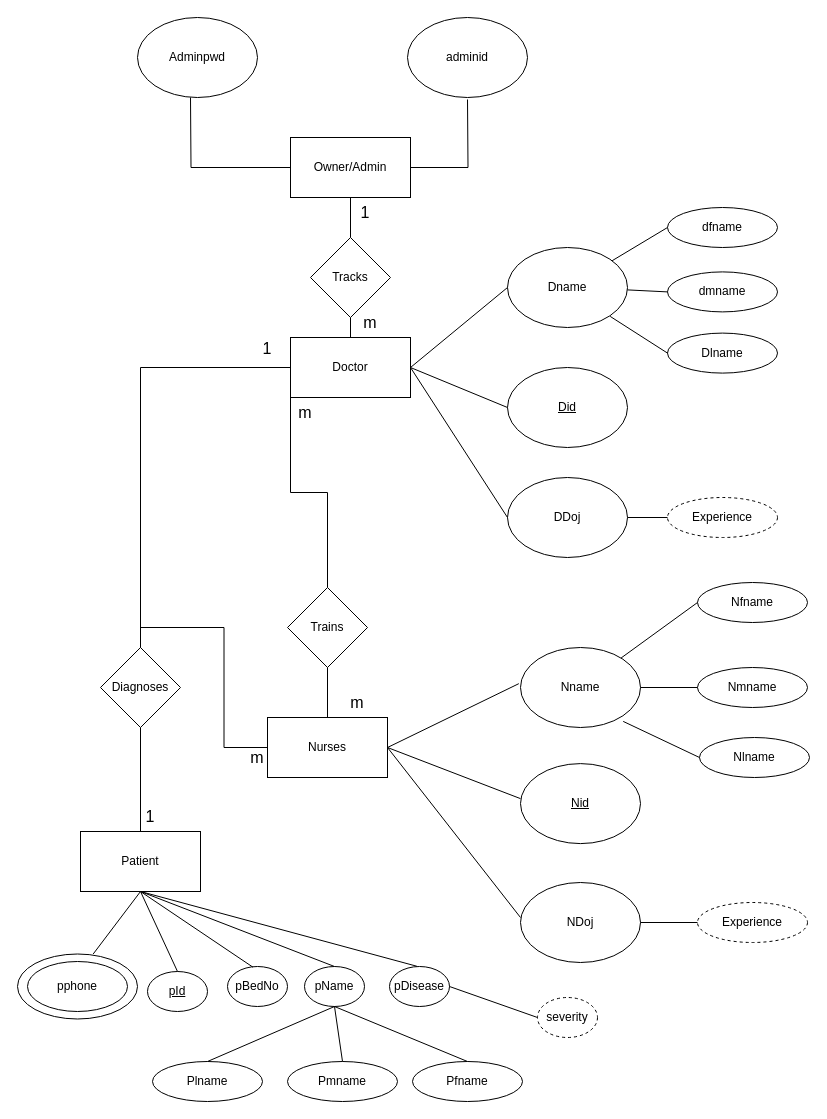
AdityaLawate/CP-C-31 keeps this draw.io diagram as EER-01.drawio. Above is the earlier version. Source tidied: cells renumbered, new cells numbered last; positions are measured from the earlier drawing's top-left corner, leaving out a move shared by most shapes. Both pictures are drawn from the tidied source at 100%, with x=0, y=0 at pixel (17, 17).
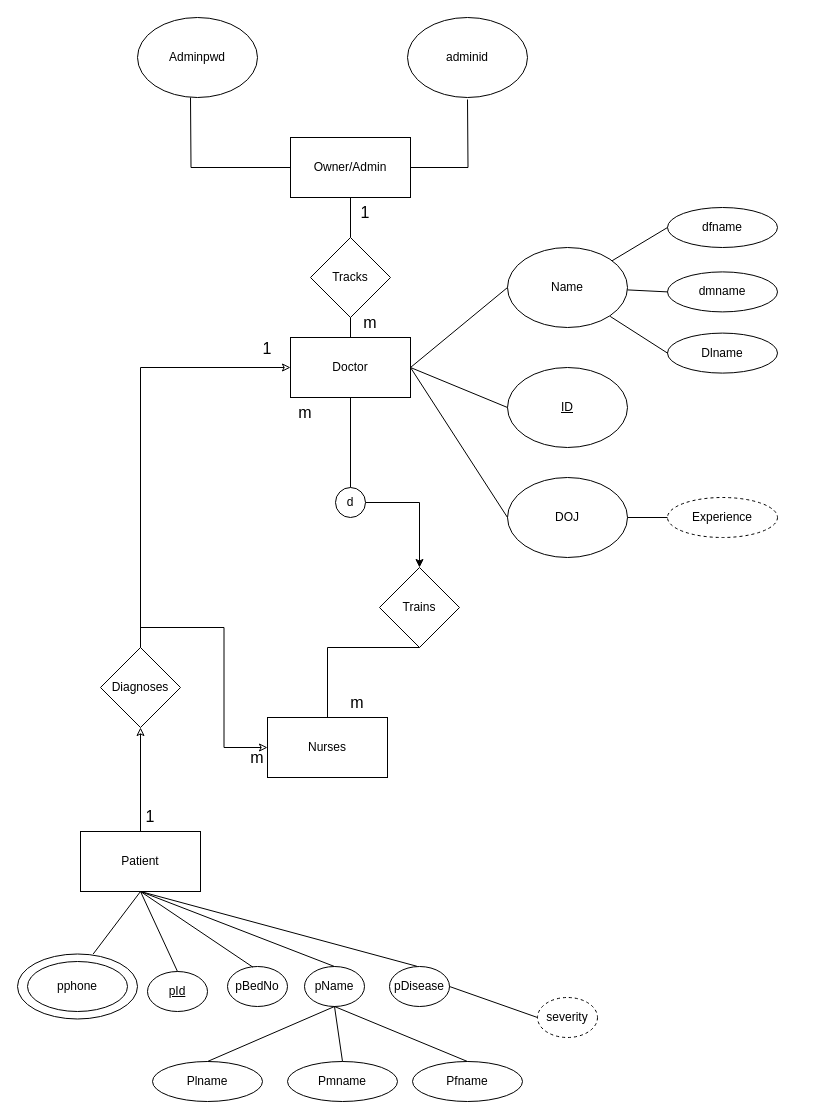
Above is the later version.

Unchanged cells that the change refers to:
```xml
<mxCell id="11" value="Doctor" style="rounded=0;whiteSpace=wrap;html=1;fillOpacity=0;" parent="1" vertex="1">
  <mxGeometry x="273" y="320" width="120" height="60" as="geometry" />
</mxCell>
<mxCell id="28" value="Nurses" style="rounded=0;whiteSpace=wrap;html=1;fillOpacity=0;" parent="1" vertex="1">
  <mxGeometry x="250" y="700" width="120" height="60" as="geometry" />
</mxCell>
<mxCell id="42" value="Diagnoses" style="rhombus;whiteSpace=wrap;html=1;fillOpacity=0;" parent="1" vertex="1">
  <mxGeometry x="83" y="630" width="80" height="80" as="geometry" />
</mxCell>
<mxCell id="44" value="Patient" style="rounded=0;whiteSpace=wrap;html=1;fillOpacity=0;" parent="1" vertex="1">
  <mxGeometry x="63" y="814" width="120" height="60" as="geometry" />
</mxCell>
```

Diff of the diagram source:
```diff
@@
     <mxCell id="2" value="Trains" style="rhombus;whiteSpace=wrap;html=1;fillOpacity=0;" parent="1" vertex="1">
-      <mxGeometry x="270" y="570" width="80" height="80" as="geometry" />
+      <mxGeometry x="362" y="550" width="80" height="80" as="geometry" />
     </mxCell>
@@
-    <mxCell id="10" style="edgeStyle=orthogonalEdgeStyle;rounded=0;jettySize=auto;html=1;exitX=0;exitY=1;exitDx=0;exitDy=0;entryX=0.5;entryY=0;entryDx=0;entryDy=0;fillOpacity=0;endArrow=none;endFill=0;" parent="1" edge="1" source="11" target="2">
-      <mxGeometry relative="1" as="geometry" />
-    </mxCell>
+    <mxCell id="74" style="edgeStyle=orthogonalEdgeStyle;rounded=0;jettySize=auto;html=1;exitX=0.5;exitY=1;exitDx=0;exitDy=0;entryX=0.5;entryY=0;entryDx=0;entryDy=0;endArrow=none;endFill=0;" parent="1" edge="1" source="11" target="76">
+      <mxGeometry relative="1" as="geometry" />
+    </mxCell>
@@
-    <mxCell id="16" value="Dname" style="ellipse;whiteSpace=wrap;html=1;fillOpacity=0;" parent="1" vertex="1">
+    <mxCell id="16" value="Name" style="ellipse;whiteSpace=wrap;html=1;fillOpacity=0;" parent="1" vertex="1">
       <mxGeometry x="490" y="230" width="120" height="80" as="geometry" />
     </mxCell>
-    <mxCell id="17" value="&lt;u&gt;Did&lt;/u&gt;" style="ellipse;whiteSpace=wrap;html=1;fillOpacity=0;" parent="1" vertex="1">
+    <mxCell id="17" value="&lt;u&gt;ID&lt;/u&gt;" style="ellipse;whiteSpace=wrap;html=1;fillOpacity=0;" parent="1" vertex="1">
       <mxGeometry x="490" y="350" width="120" height="80" as="geometry" />
     </mxCell>
-    <mxCell id="18" value="DDoj" style="ellipse;whiteSpace=wrap;html=1;fillOpacity=0;" parent="1" vertex="1">
+    <mxCell id="18" value="DOJ" style="ellipse;whiteSpace=wrap;html=1;fillOpacity=0;" parent="1" vertex="1">
       <mxGeometry x="490" y="460" width="120" height="80" as="geometry" />
     </mxCell>
@@
-    <mxCell id="27" style="edgeStyle=orthogonalEdgeStyle;rounded=0;jettySize=auto;html=1;exitX=0;exitY=0.5;exitDx=0;exitDy=0;entryX=0.5;entryY=0;entryDx=0;entryDy=0;fillOpacity=0;endArrow=none;endFill=0;" parent="1" edge="1" source="28" target="42">
+    <mxCell id="27" style="edgeStyle=orthogonalEdgeStyle;rounded=0;jettySize=auto;html=1;exitX=0;exitY=0.5;exitDx=0;exitDy=0;entryX=0.5;entryY=0;entryDx=0;entryDy=0;fillOpacity=0;endArrow=none;endFill=0;startArrow=classic;startFill=1;" parent="1" edge="1" source="28" target="42">
       <mxGeometry relative="1" as="geometry" />
     </mxCell>
@@
-    <mxCell id="29" value="Nname" style="ellipse;whiteSpace=wrap;html=1;fillOpacity=0;" parent="1" vertex="1">
-      <mxGeometry x="503" y="630" width="120" height="80" as="geometry" />
-    </mxCell>
-    <mxCell id="30" value="&lt;u&gt;Nid&lt;/u&gt;" style="ellipse;whiteSpace=wrap;html=1;fillOpacity=0;" parent="1" vertex="1">
-      <mxGeometry x="503" y="746.1" width="120" height="80" as="geometry" />
-    </mxCell>
-    <mxCell id="31" value="NDoj" style="ellipse;whiteSpace=wrap;html=1;fillOpacity=0;" parent="1" vertex="1">
-      <mxGeometry x="503" y="865" width="120" height="80" as="geometry" />
-    </mxCell>
-    <mxCell id="32" style="endArrow=none;html=1;rounded=0;entryX=0;entryY=0.5;entryDx=0;entryDy=0;fillOpacity=0;" parent="1" edge="1" source="29" target="33">
-      <mxGeometry relative="1" as="geometry" />
-    </mxCell>
-    <mxCell id="33" value="&lt;span style=&quot;font-weight: normal;&quot;&gt;Nfname&lt;/span&gt;" style="ellipse;whiteSpace=wrap;html=1;startSize=30;fontStyle=1;fillOpacity=0;" parent="1" vertex="1">
-      <mxGeometry x="680" y="565" width="110" height="40" as="geometry" />
-    </mxCell>
-    <mxCell id="34" style="endArrow=none;html=1;rounded=0;entryX=0;entryY=0.5;entryDx=0;entryDy=0;fillOpacity=0;" parent="1" edge="1" source="29" target="35">
-      <mxGeometry relative="1" as="geometry" />
-    </mxCell>
-    <mxCell id="35" value="&lt;span style=&quot;font-weight: normal;&quot;&gt;Nmname&lt;/span&gt;" style="ellipse;whiteSpace=wrap;html=1;startSize=30;fontStyle=1;fillOpacity=0;" parent="1" vertex="1">
-      <mxGeometry x="680" y="650" width="110" height="40" as="geometry" />
-    </mxCell>
-    <mxCell id="36" style="endArrow=none;html=1;rounded=0;entryX=0;entryY=0.5;entryDx=0;entryDy=0;exitX=0.933;exitY=0.79;exitDx=0;exitDy=0;exitPerimeter=0;fillOpacity=0;" parent="1" edge="1" target="37">
-      <mxGeometry relative="1" as="geometry">
-        <mxPoint x="605.7" y="703.9" as="sourcePoint" />
-      </mxGeometry>
-    </mxCell>
-    <mxCell id="37" value="&lt;span style=&quot;font-weight: normal;&quot;&gt;Nlname&lt;/span&gt;" style="ellipse;whiteSpace=wrap;html=1;startSize=30;fontStyle=1;fillOpacity=0;" parent="1" vertex="1">
-      <mxGeometry x="682" y="720" width="110" height="40" as="geometry" />
-    </mxCell>
-    <mxCell id="38" style="endArrow=none;html=1;rounded=0;exitX=1;exitY=0.5;exitDx=0;exitDy=0;entryX=-0.014;entryY=0.452;entryDx=0;entryDy=0;entryPerimeter=0;fillOpacity=0;" parent="1" edge="1" source="28" target="29">
-      <mxGeometry x="-1" y="106" relative="1" as="geometry">
-        <mxPoint x="-5" y="5" as="offset" />
-      </mxGeometry>
-    </mxCell>
-    <mxCell id="39" style="endArrow=none;html=1;rounded=0;entryX=0;entryY=0.438;entryDx=0;entryDy=0;entryPerimeter=0;fillOpacity=0;exitX=1;exitY=0.5;exitDx=0;exitDy=0;" parent="1" edge="1" source="28" target="30">
-      <mxGeometry relative="1" as="geometry" />
-    </mxCell>
-    <mxCell id="40" style="endArrow=none;html=1;rounded=0;entryX=1;entryY=0.5;entryDx=0;entryDy=0;exitX=0;exitY=0.438;exitDx=0;exitDy=0;exitPerimeter=0;fillOpacity=0;" parent="1" edge="1" source="31" target="28">
-      <mxGeometry relative="1" as="geometry" />
-    </mxCell>
     <mxCell id="41" style="endArrow=none;html=1;rounded=0;exitX=0.5;exitY=0;exitDx=0;exitDy=0;entryX=0.5;entryY=1;entryDx=0;entryDy=0;fillOpacity=0;" parent="1" edge="1" source="28" target="2">
-      <mxGeometry relative="1" as="geometry" />
+      <mxGeometry relative="1" as="geometry">
+        <Array as="points">
+          <mxPoint x="310" y="630" />
+        </Array>
+      </mxGeometry>
     </mxCell>
@@
-    <mxCell id="43" style="endArrow=none;html=1;rounded=0;entryX=0.5;entryY=1;entryDx=0;entryDy=0;fillOpacity=0;exitX=0.5;exitY=0;exitDx=0;exitDy=0;" parent="1" edge="1" source="44" target="42">
+    <mxCell id="43" style="endArrow=classic;html=1;rounded=0;entryX=0.5;entryY=1;entryDx=0;entryDy=0;fillOpacity=0;exitX=0.5;exitY=0;exitDx=0;exitDy=0;endFill=1;" parent="1" edge="1" source="44" target="42">
       <mxGeometry relative="1" as="geometry" />
     </mxCell>
@@
-    <mxCell id="71" style="endArrow=none;html=1;rounded=0;exitX=1;exitY=0.5;exitDx=0;exitDy=0;fillOpacity=0;" parent="1" edge="1" source="31" target="72">
-      <mxGeometry relative="1" as="geometry" />
-    </mxCell>
-    <mxCell id="72" value="&lt;span style=&quot;font-weight: normal;&quot;&gt;Experience&lt;/span&gt;" style="ellipse;whiteSpace=wrap;html=1;startSize=30;fontStyle=1;dashed=1;fillOpacity=0;" parent="1" vertex="1">
-      <mxGeometry x="680" y="885" width="110" height="40" as="geometry" />
-    </mxCell>
-    <mxCell id="73" style="edgeStyle=orthogonalEdgeStyle;rounded=0;jettySize=auto;html=1;fillOpacity=0;endArrow=none;endFill=0;exitX=0;exitY=0.5;exitDx=0;exitDy=0;entryX=0.5;entryY=0;entryDx=0;entryDy=0;" parent="1" edge="1" source="11" target="42">
+    <mxCell id="73" style="edgeStyle=orthogonalEdgeStyle;rounded=0;jettySize=auto;html=1;fillOpacity=0;endArrow=none;endFill=0;exitX=0;exitY=0.5;exitDx=0;exitDy=0;entryX=0.5;entryY=0;entryDx=0;entryDy=0;startArrow=classic;startFill=1;" parent="1" edge="1" source="11" target="42">
       <mxGeometry relative="1" as="geometry" />
     </mxCell>
+    <mxCell id="75" style="edgeStyle=orthogonalEdgeStyle;rounded=0;jettySize=auto;html=1;exitX=1;exitY=0.5;exitDx=0;exitDy=0;entryX=0.5;entryY=0;entryDx=0;entryDy=0;" parent="1" edge="1" source="76" target="2">
+      <mxGeometry relative="1" as="geometry" />
+    </mxCell>
+    <mxCell id="76" value="d" style="ellipse;whiteSpace=wrap;html=1;" parent="1" vertex="1">
+      <mxGeometry x="318" y="470" width="30" height="30" as="geometry" />
+    </mxCell>
```
